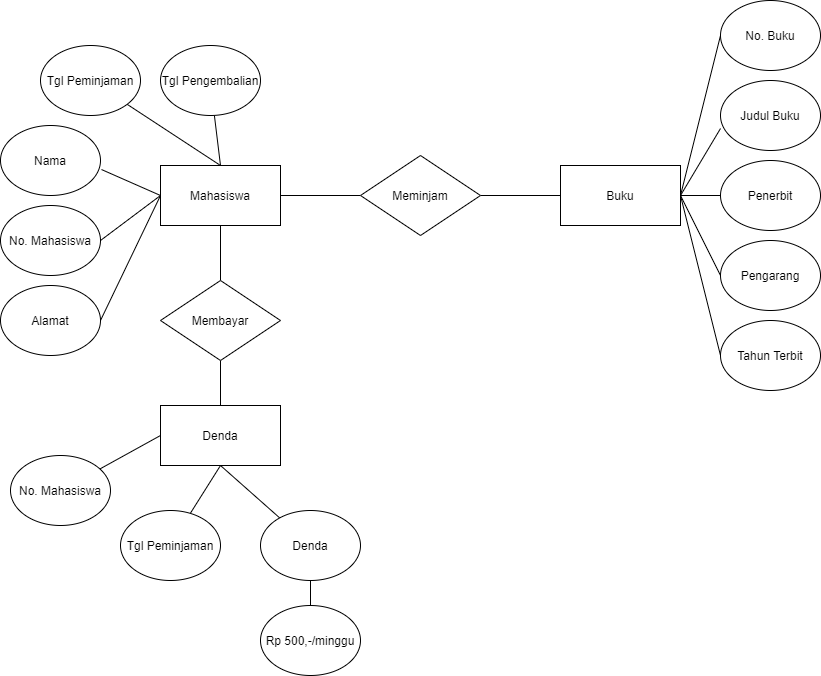
Earlier version of the draw.io export erd3.png (DwikiAffandi/flowchart). Source tidied: cells renumbered, new cells last; positions are measured from the earlier drawing's top-left corner, leaving out a move shared by most shapes.
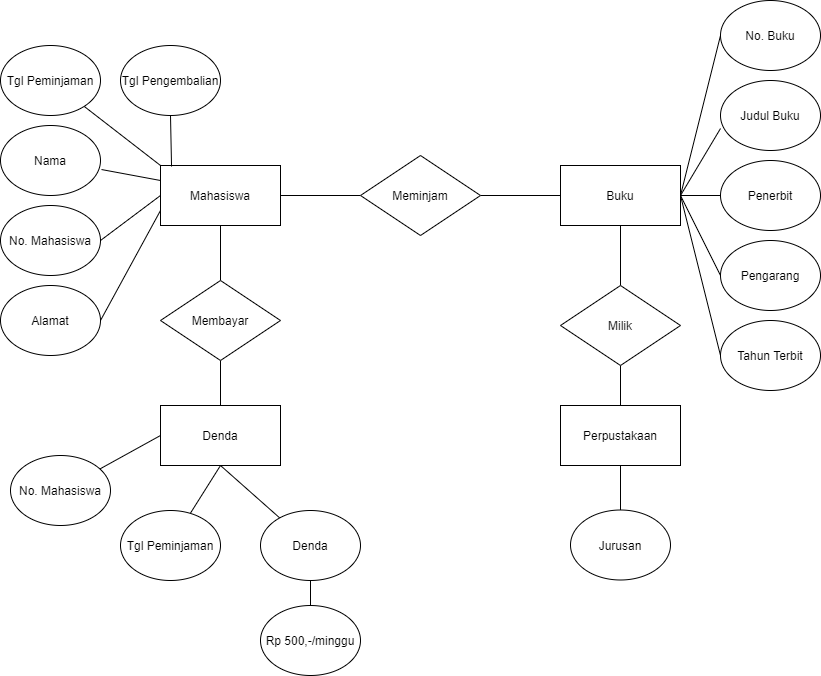
The same diagram one commit later.

The edit, as a diff of the source:
```diff
@@ -5,13 +5,13 @@
     <mxCell id="2" style="edgeStyle=orthogonalEdgeStyle;rounded=0;jettySize=auto;html=1;entryX=0;entryY=0.5;entryDx=0;entryDy=0;endArrow=none;endFill=0;" parent="1" edge="1" source="7" target="10">
       <mxGeometry relative="1" as="geometry" />
     </mxCell>
-    <mxCell id="3" style="rounded=0;jettySize=auto;html=1;entryX=1.01;entryY=0.629;entryDx=0;entryDy=0;entryPerimeter=0;endArrow=none;endFill=0;exitX=0;exitY=0.5;exitDx=0;exitDy=0;" parent="1" edge="1" source="7" target="11">
+    <mxCell id="3" style="rounded=0;jettySize=auto;html=1;entryX=1.01;entryY=0.629;entryDx=0;entryDy=0;entryPerimeter=0;endArrow=none;endFill=0;exitX=0;exitY=0.25;exitDx=0;exitDy=0;" parent="1" edge="1" source="7" target="11">
       <mxGeometry relative="1" as="geometry" />
     </mxCell>
     <mxCell id="4" style="edgeStyle=none;rounded=0;jettySize=auto;html=1;entryX=1;entryY=0.5;entryDx=0;entryDy=0;endArrow=none;endFill=0;exitX=0;exitY=0.5;exitDx=0;exitDy=0;" parent="1" edge="1" source="7" target="12">
       <mxGeometry relative="1" as="geometry" />
     </mxCell>
-    <mxCell id="5" style="edgeStyle=none;rounded=0;jettySize=auto;html=1;entryX=1;entryY=0.5;entryDx=0;entryDy=0;endArrow=none;endFill=0;exitX=0;exitY=0.5;exitDx=0;exitDy=0;" parent="1" edge="1" source="7" target="13">
+    <mxCell id="5" style="edgeStyle=none;rounded=0;jettySize=auto;html=1;entryX=1;entryY=0.5;entryDx=0;entryDy=0;endArrow=none;endFill=0;exitX=0;exitY=0.75;exitDx=0;exitDy=0;" parent="1" edge="1" source="7" target="13">
       <mxGeometry relative="1" as="geometry" />
     </mxCell>
     <mxCell id="6" style="edgeStyle=none;rounded=0;jettySize=auto;html=1;entryX=0.5;entryY=0;entryDx=0;entryDy=0;endArrow=none;endFill=0;" parent="1" edge="1" source="7" target="32">
@@ -38,19 +38,17 @@
     <mxCell id="13" value="Alamat" style="ellipse;whiteSpace=wrap;html=1;" parent="1" vertex="1">
       <mxGeometry y="285" width="100" height="70" as="geometry" />
     </mxCell>
-    <mxCell id="14" style="edgeStyle=none;rounded=0;jettySize=auto;html=1;endArrow=none;endFill=0;" parent="1" edge="1" source="15">
-      <mxGeometry relative="1" as="geometry">
-        <mxPoint x="220" y="165" as="targetPoint" />
-      </mxGeometry>
+    <mxCell id="14" style="edgeStyle=none;rounded=0;jettySize=auto;html=1;endArrow=none;endFill=0;entryX=0;entryY=0;entryDx=0;entryDy=0;" parent="1" edge="1" source="15" target="7">
+      <mxGeometry relative="1" as="geometry" />
     </mxCell>
     <mxCell id="15" value="Tgl Peminjaman" style="ellipse;whiteSpace=wrap;html=1;" parent="1" vertex="1">
-      <mxGeometry x="40" y="45" width="100" height="70" as="geometry" />
+      <mxGeometry y="45" width="100" height="70" as="geometry" />
     </mxCell>
-    <mxCell id="16" style="edgeStyle=none;rounded=0;jettySize=auto;html=1;entryX=0.5;entryY=0;entryDx=0;entryDy=0;endArrow=none;endFill=0;" parent="1" edge="1" source="17" target="7">
+    <mxCell id="16" style="edgeStyle=none;rounded=0;jettySize=auto;html=1;endArrow=none;endFill=0;entryX=0.092;entryY=0.017;entryDx=0;entryDy=0;entryPerimeter=0;" parent="1" edge="1" source="17" target="7">
       <mxGeometry relative="1" as="geometry" />
     </mxCell>
     <mxCell id="17" value="Tgl Pengembalian" style="ellipse;whiteSpace=wrap;html=1;" parent="1" vertex="1">
-      <mxGeometry x="160" y="45" width="100" height="70" as="geometry" />
+      <mxGeometry x="120" y="45" width="100" height="70" as="geometry" />
     </mxCell>
     <mxCell id="18" style="edgeStyle=none;rounded=0;jettySize=auto;html=1;entryX=1;entryY=0.5;entryDx=0;entryDy=0;endArrow=none;endFill=0;exitX=0;exitY=0.5;exitDx=0;exitDy=0;" parent="1" edge="1" source="19" target="8">
       <mxGeometry relative="1" as="geometry" />
@@ -115,5 +113,23 @@
     <mxCell id="38" value="Denda" style="ellipse;whiteSpace=wrap;html=1;" parent="1" vertex="1">
       <mxGeometry x="260" y="510" width="100" height="70" as="geometry" />
     </mxCell>
+    <mxCell id="39" style="edgeStyle=none;rounded=0;jettySize=auto;html=1;endArrow=none;endFill=0;" parent="1" edge="1" source="41" target="8">
+      <mxGeometry relative="1" as="geometry" />
+    </mxCell>
+    <mxCell id="40" style="edgeStyle=none;rounded=0;jettySize=auto;html=1;entryX=0.5;entryY=0;entryDx=0;entryDy=0;endArrow=none;endFill=0;" parent="1" edge="1" source="41" target="44">
+      <mxGeometry relative="1" as="geometry" />
+    </mxCell>
+    <mxCell id="41" value="Milik" style="rhombus;whiteSpace=wrap;html=1;" parent="1" vertex="1">
+      <mxGeometry x="560" y="285" width="120" height="80" as="geometry" />
+    </mxCell>
+    <mxCell id="42" style="edgeStyle=none;rounded=0;jettySize=auto;html=1;endArrow=none;endFill=0;" parent="1" edge="1" source="43" target="44">
+      <mxGeometry relative="1" as="geometry" />
+    </mxCell>
+    <mxCell id="43" value="Jurusan" style="ellipse;whiteSpace=wrap;html=1;" parent="1" vertex="1">
+      <mxGeometry x="570" y="509.5" width="100" height="70" as="geometry" />
+    </mxCell>
+    <mxCell id="44" value="Perpustakaan" style="rounded=0;whiteSpace=wrap;html=1;" parent="1" vertex="1">
+      <mxGeometry x="560" y="405" width="120" height="60" as="geometry" />
+    </mxCell>
   </root>
 </mxGraphModel>
```
